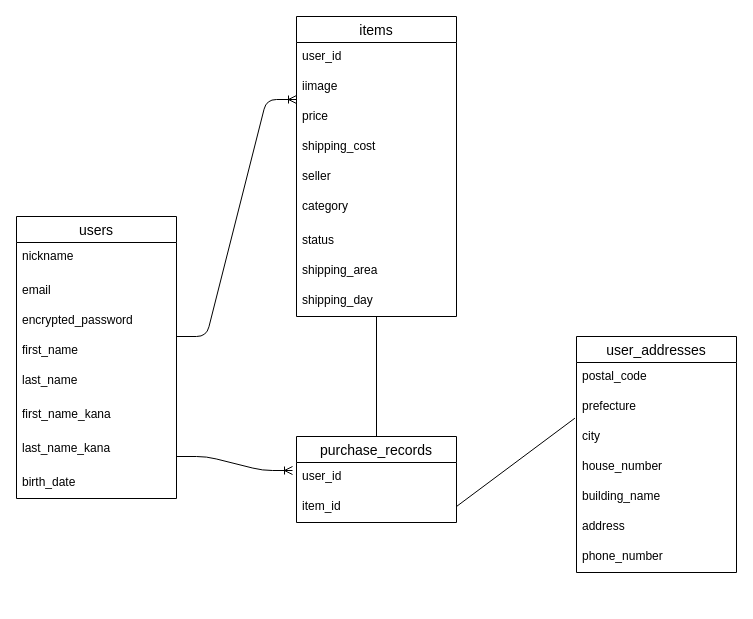
Earlier version of the draw.io diagram config/furima.dio (Miki1128/furima-31058). Source tidied: cells renumbered, new cells numbered last; positions are measured from the earlier drawing's top-left corner, leaving out a move shared by most shapes. Both pictures are drawn from the tidied source at 100%, with x=0, y=0 at pixel (16, 16).
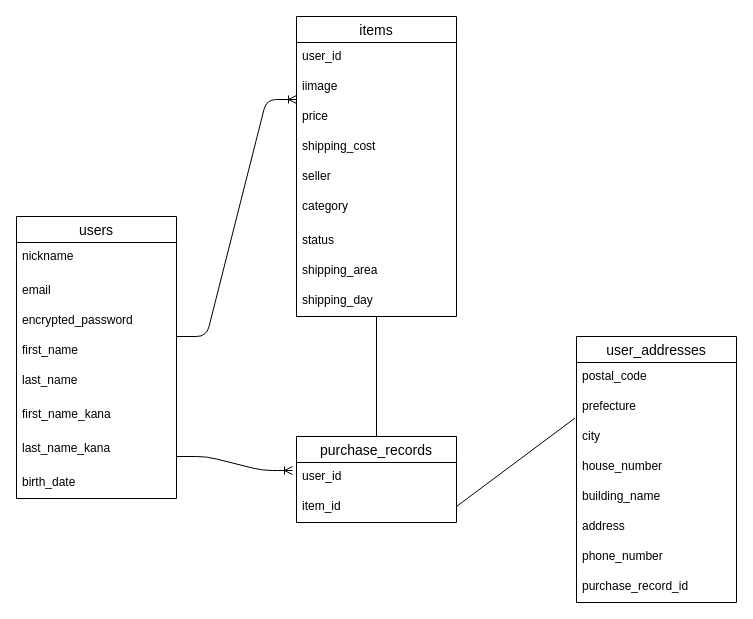
The same diagram, later.

Commit message (it also covers changes not shown here):
データベース設計３

The edit, as a diff of the source:
```diff
@@
     <mxCell id="24" value="user_addresses" style="swimlane;fontStyle=0;horizontal=1;startSize=26;align=center;fontSize=14;" parent="1" vertex="1">
-      <mxGeometry x="560" y="320" width="160" height="236" as="geometry" />
+      <mxGeometry x="560" y="320" width="160" height="266" as="geometry" />
     </mxCell>
@@
+    <mxCell id="36" value="purchase_record_id" style="text;strokeColor=none;fillColor=none;spacingLeft=4;spacingRight=4;overflow=hidden;fontSize=12;" parent="24" vertex="1">
+      <mxGeometry y="236" width="160" height="30" as="geometry" />
+    </mxCell>
```
